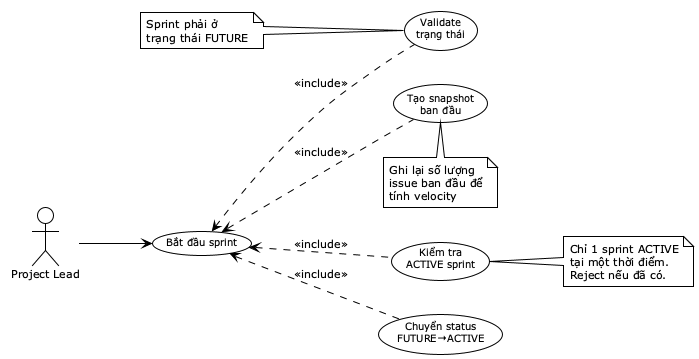
Earlier version of the PlantUML export reports/dat-examples/report/images/uc02_2_start_sprint.png (toantran292/datn).
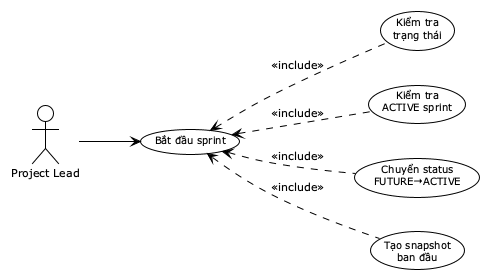
After the commit.

What changed in the source:
```diff
@@ -8,7 +8,7 @@
 actor "Project Lead" as PL
 
 usecase "Bắt đầu sprint" as UC_Start
-usecase "Validate\ntrạng thái" as UC_ValidateStatus
+usecase "Kiểm tra\ntrạng thái" as UC_ValidateStatus
 usecase "Kiểm tra\nACTIVE sprint" as UC_CheckActive
 usecase "Chuyển status\nFUTURE→ACTIVE" as UC_ChangeStatus
 usecase "Tạo snapshot\nban đầu" as UC_Snapshot
@@ -20,21 +20,7 @@
 UC_ChangeStatus .up.> UC_Start : <<include>>
 UC_Snapshot .up.> UC_Start : <<include>>
 
-note right of UC_CheckActive
-  Chỉ 1 sprint ACTIVE
-  tại một thời điểm.
-  Reject nếu đã có.
-end note
 
-note bottom of UC_Snapshot
-  Ghi lại số lượng
-  issue ban đầu để
-  tính velocity
-end note
 
-note left of UC_ValidateStatus
-  Sprint phải ở
-  trạng thái FUTURE
-end note
 
 @enduml
```
